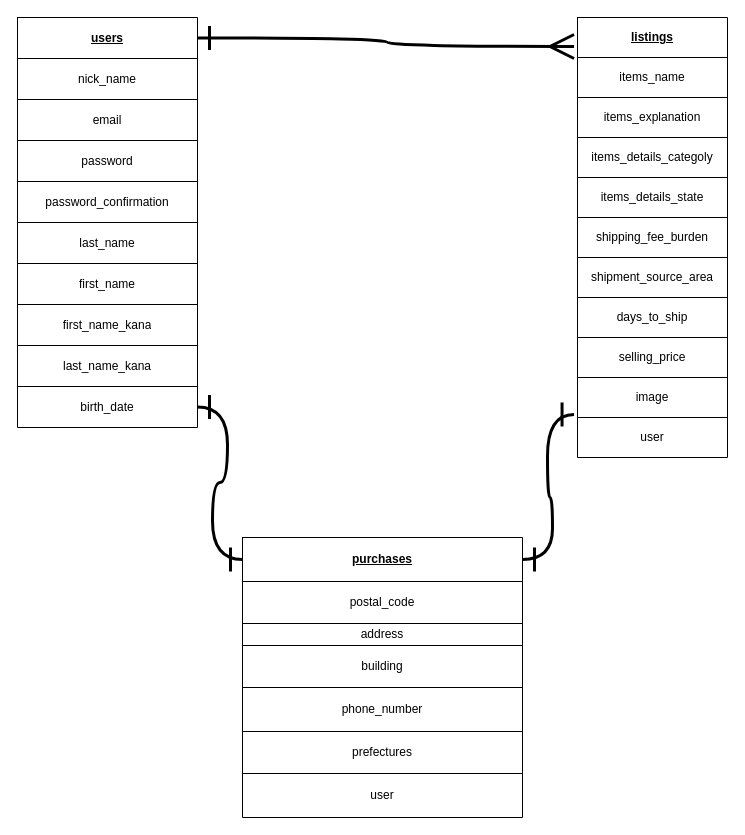
Before: ER.dio in RyouheiMatsuyama/furima-32988, a draw.io diagram. Source tidied: cells renumbered, new cells numbered last; positions are measured from the earlier drawing's top-left corner, leaving out a move shared by most shapes. Both pictures are drawn from the tidied source at 100%, with x=0, y=0 at pixel (17, 17).
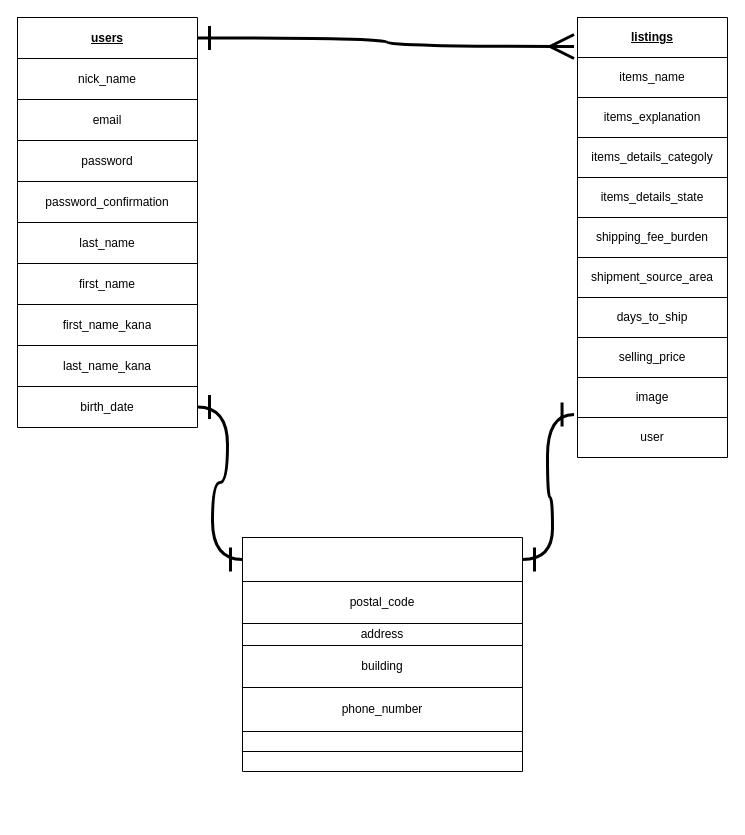
The same diagram, later.

The change refers to these unchanged cells:
```xml
<mxCell id="47" style="shape=partialRectangle;html=1;whiteSpace=wrap;fillColor=none;top=0;left=0;bottom=0;right=0;points=[[0,0.5],[1,0.5]];portConstraint=eastwest;" parent="46" vertex="1">
  <mxGeometry width="280" height="44" as="geometry" />
</mxCell>
```

Change to the diagram source:
```diff
@@
     <mxCell id="46" style="shape=table;html=1;whiteSpace=wrap;startSize=0;childLayout=tableLayout;" parent="1" vertex="1">
-      <mxGeometry x="225" y="520" width="280" height="280" as="geometry" />
+      <mxGeometry x="225" y="520" width="280" height="234" as="geometry" />
     </mxCell>
@@
-    <mxCell id="48" value="&lt;b&gt;&lt;u&gt;purchases&lt;/u&gt;&lt;/b&gt;" style="shape=partialRectangle;html=1;whiteSpace=wrap;overflow=hidden;fillColor=none;top=0;left=0;bottom=0;right=0;" parent="47" vertex="1">
+    <mxCell id="48" style="shape=partialRectangle;html=1;whiteSpace=wrap;overflow=hidden;fillColor=none;top=0;left=0;bottom=0;right=0;" parent="47" vertex="1">
       <mxGeometry width="280" height="44" as="geometry" />
     </mxCell>
@@
     <mxCell id="57" style="shape=partialRectangle;html=1;whiteSpace=wrap;fillColor=none;top=0;left=0;bottom=0;right=0;" parent="46" vertex="1">
-      <mxGeometry y="194" width="280" height="42" as="geometry" />
+      <mxGeometry y="194" width="280" height="20" as="geometry" />
     </mxCell>
-    <mxCell id="58" value="prefectures" style="shape=partialRectangle;html=1;whiteSpace=wrap;overflow=hidden;fillColor=none;top=0;left=0;bottom=0;right=0;" parent="57" vertex="1">
-      <mxGeometry width="280" height="42" as="geometry" />
+    <mxCell id="58" style="shape=partialRectangle;html=1;whiteSpace=wrap;overflow=hidden;fillColor=none;top=0;left=0;bottom=0;right=0;" parent="57" vertex="1">
+      <mxGeometry width="280" height="20" as="geometry" />
     </mxCell>
     <mxCell id="59" style="shape=partialRectangle;html=1;whiteSpace=wrap;fillColor=none;top=0;left=0;bottom=0;right=0;" parent="46" vertex="1">
-      <mxGeometry y="236" width="280" height="44" as="geometry" />
+      <mxGeometry y="214" width="280" height="20" as="geometry" />
     </mxCell>
-    <mxCell id="60" value="user" style="shape=partialRectangle;html=1;whiteSpace=wrap;overflow=hidden;fillColor=none;top=0;left=0;bottom=0;right=0;" parent="59" vertex="1">
-      <mxGeometry width="280" height="44" as="geometry" />
+    <mxCell id="60" style="shape=partialRectangle;html=1;whiteSpace=wrap;overflow=hidden;fillColor=none;top=0;left=0;bottom=0;right=0;" parent="59" vertex="1">
+      <mxGeometry width="280" height="20" as="geometry" />
     </mxCell>
```
